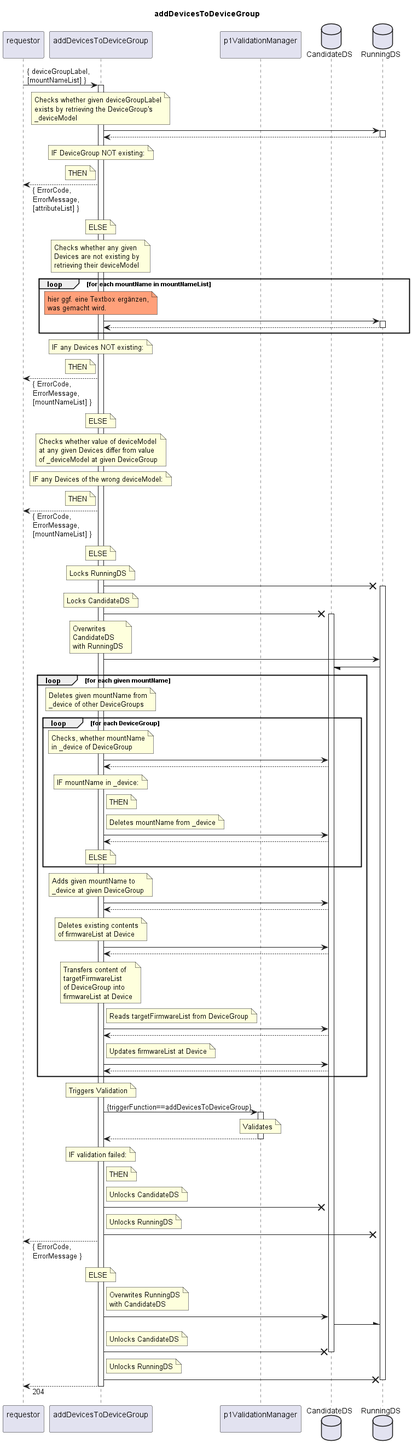
This is spec/Services/addDevicesToDeviceGroup/1.0.0/addDevicesToDeviceGroup.png from openBackhaul/FirmWareManager, a PlantUML export, as it was before one commit.
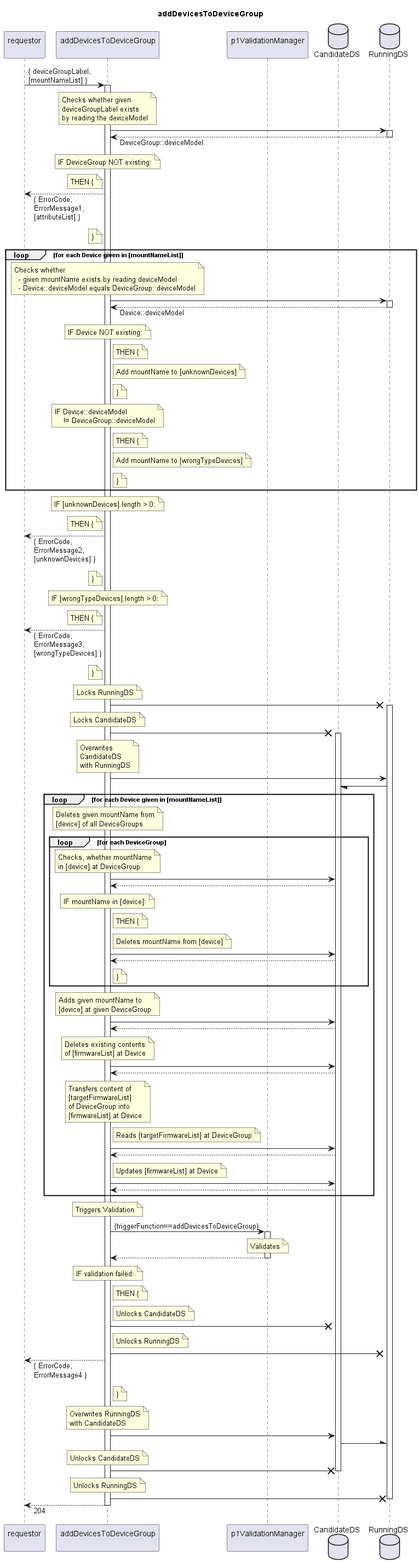
The same diagram one commit later.

What changed in the source:
```diff
@@ -15,66 +15,80 @@
 activate indServ
 
   note over indServ
-    Checks whether given deviceGroupLabel
-    exists by retrieving the DeviceGroup's
-    _deviceModel
+    Checks whether given
+    deviceGroupLabel exists
+    by reading the deviceModel
   end note
   indServ -> RunDS
   activate RunDS
-  indServ <-- RunDS
+  indServ <-- RunDS: DeviceGroup::deviceModel
   deactivate RunDS
   note over indServ
     IF DeviceGroup NOT existing:
   end note
   note left indServ
-    THEN
+    THEN {
   end note
-  requestor <-- indServ: { ErrorCode,\nErrorMessage,\n[attributeList] }
-  note over indServ
-    ELSE
+  requestor <-- indServ: { ErrorCode,\nErrorMessage1,\n[attributeList] }
+  note left indServ
+    }
   end note
 
-  note over indServ
-    Checks whether any given
-    Devices are not existing by
-    retrieving their deviceModel
-  end note
-  loop for each mountName in mountNameList
-    note over indServ #LightSalmon
-      hier ggf. eine Textbox ergänzen,
-      was gemacht wird.
+  loop for each Device given in [mountNameList]
+    note over indServ
+      Checks whether
+        - given mountName exists by reading deviceModel
+        - Device::deviceModel equals DeviceGroup::deviceModel
     end note
-
     indServ -> RunDS
     activate RunDS
-    indServ <-- RunDS
+    indServ <-- RunDS: Device::deviceModel
     deactivate RunDS
+    note over indServ
+      IF Device NOT existing:
+    end note
+    note right indServ
+      THEN {
+    end note
+    note right indServ
+      Add mountName to [unknownDevices]
+    end note
+    note right indServ
+      }
+    end note
+    note over indServ
+      IF Device::deviceModel
+          != DeviceGroup::deviceModel
+    end note
+    note right indServ
+      THEN {
+    end note
+    note right indServ
+      Add mountName to [wrongTypeDevices]
+    end note
+    note right indServ
+      }
+    end note
   end loop
   note over indServ
-    IF any Devices NOT existing:
+    IF [unknownDevices].length > 0:
   end note
   note left indServ
-    THEN
+    THEN {
   end note
-  requestor <-- indServ: { ErrorCode,\nErrorMessage,\n[mountNameList] }
-  note over indServ
-    ELSE
-  end note
-
-  note over indServ
-    Checks whether value of deviceModel
-    at any given Devices differ from value
-    of _deviceModel at given DeviceGroup
+  requestor <-- indServ: { ErrorCode,\nErrorMessage2,\n[unknownDevices] }
+  note left indServ
+    }
   end note
   note over indServ
-    IF any Devices of the wrong deviceModel:
+    IF [wrongTypeDevices].length > 0:
   end note
   note left indServ
-    THEN
+    THEN {
   end note
-  requestor <-- indServ: { ErrorCode,\nErrorMessage,\n[mountNameList] }
-  note over indServ
-    ELSE
+  requestor <-- indServ: { ErrorCode,\nErrorMessage3,\n[wrongTypeDevices] }
+  note left indServ
+    }
   end note
 
   note over indServ
@@ -95,61 +109,61 @@
   indServ -> RunDS
   RunDS -/ CanDS
 
-  loop for each given mountName
+  loop for each Device given in [mountNameList]
     note over indServ
       Deletes given mountName from
-      _device of other DeviceGroups
+      [device] of all DeviceGroups
     end note
     loop for each DeviceGroup
       note over indServ
         Checks, whether mountName
-        in _device of DeviceGroup
+        in [device] at DeviceGroup
       end note
       indServ -> CanDS
       indServ <-- CanDS
       note over indServ
-        IF mountName in _device:
+        IF mountName in [device]:
       end note
       note right indServ
-        THEN
+        THEN {
       end note
       note right indServ
-        Deletes mountName from _device
+        Deletes mountName from [device]
       end note
       indServ -> CanDS
       indServ <-- CanDS
-      note over indServ
-        ELSE
+      note right indServ
+        }
       end note
     end loop
 
     note over indServ
       Adds given mountName to
-      _device at given DeviceGroup
+      [device] at given DeviceGroup
     end note
     indServ -> CanDS
     indServ <-- CanDS
 
     note over indServ
       Deletes existing contents
-      of firmwareList at Device
+      of [firmwareList] at Device
     end note
     indServ -> CanDS
     indServ <-- CanDS
 
     note over indServ
       Transfers content of
-      targetFirmwareList
+      [targetFirmwareList]
       of DeviceGroup into
-      firmwareList at Device
+      [firmwareList] at Device
     end note
     note right indServ
-      Reads targetFirmwareList from DeviceGroup
+      Reads [targetFirmwareList] at DeviceGroup
     end note
     indServ -> CanDS
     indServ <-- CanDS
     note right indServ
-      Updates firmwareList at Device
+      Updates [firmwareList] at Device
     end note
     indServ -> CanDS
     indServ <-- CanDS
@@ -169,7 +183,7 @@
     IF validation failed:
   end note
   note right indServ
-    THEN
+    THEN {
   end note
   note right indServ
     Unlocks CandidateDS
@@ -179,23 +193,23 @@
     Unlocks RunningDS
   end note
   indServ -X RunDS
-  requestor <-- indServ: { ErrorCode,\nErrorMessage }
-  note over indServ
-    ELSE
+  requestor <-- indServ: { ErrorCode,\nErrorMessage4 }
+  note right indServ
+    }
   end note
 
-  note right indServ
+  note over indServ
     Overwrites RunningDS
     with CandidateDS
   end note
   indServ -> CanDS
   CanDS -\ RunDS
-  note right indServ
+  note over indServ
     Unlocks CandidateDS
   end note
   indServ -X CanDS
   deactivate CanDS
-  note right indServ
+  note over indServ
     Unlocks RunningDS
   end note
   indServ -X RunDS
```
